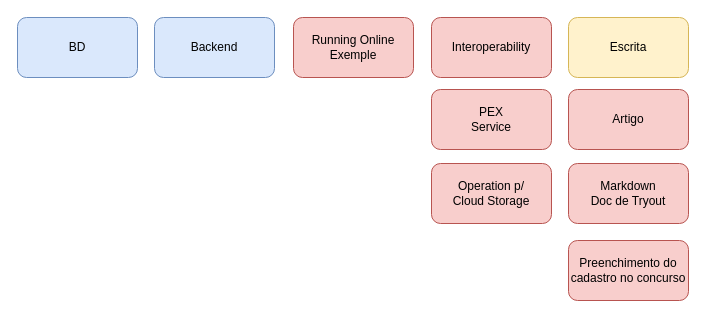
Above: page "Plano" (5 of 5) of docs/release-manager.drawio in release-manager-2023/concurso-intersystems-2023 (draw.io), before the change. Source tidied: cells renumbered, new cells numbered last; positions are measured from the earlier drawing's top-left corner, leaving out a move shared by most shapes. Both pictures are drawn from the tidied source at 100%, with x=0, y=0 at pixel (17, 17).
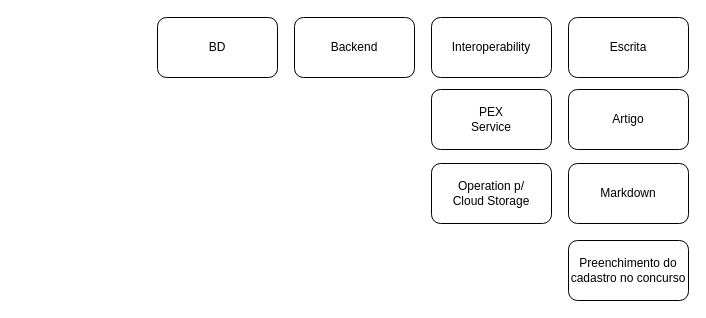
The same page after the edit.

Diff of the diagram source:
```diff
@@
 <mxGraphModel>
   <root>
     <mxCell id="0" />
     <mxCell id="1" parent="0" />
-    <mxCell id="2" value="Backend" style="rounded=1;whiteSpace=wrap;html=1;fillColor=#dae8fc;strokeColor=#6c8ebf;" parent="1" vertex="1">
-      <mxGeometry x="137" width="120" height="60" as="geometry" />
+    <mxCell id="2" value="Backend" style="rounded=1;whiteSpace=wrap;html=1;" parent="1" vertex="1">
+      <mxGeometry x="277" width="120" height="60" as="geometry" />
     </mxCell>
-    <mxCell id="3" value="BD" style="rounded=1;whiteSpace=wrap;html=1;fillColor=#dae8fc;strokeColor=#6c8ebf;" parent="1" vertex="1">
-      <mxGeometry width="120" height="60" as="geometry" />
+    <mxCell id="3" value="BD" style="rounded=1;whiteSpace=wrap;html=1;" parent="1" vertex="1">
+      <mxGeometry x="140" width="120" height="60" as="geometry" />
     </mxCell>
-    <mxCell id="4" value="Interoperability" style="rounded=1;whiteSpace=wrap;html=1;fillColor=#f8cecc;strokeColor=#b85450;" parent="1" vertex="1">
+    <mxCell id="4" value="Interoperability" style="rounded=1;whiteSpace=wrap;html=1;" parent="1" vertex="1">
       <mxGeometry x="414" width="120" height="60" as="geometry" />
     </mxCell>
-    <mxCell id="5" value="Escrita" style="rounded=1;whiteSpace=wrap;html=1;fillColor=#fff2cc;strokeColor=#d6b656;" parent="1" vertex="1">
+    <mxCell id="5" value="Escrita" style="rounded=1;whiteSpace=wrap;html=1;" parent="1" vertex="1">
       <mxGeometry x="551" width="120" height="60" as="geometry" />
     </mxCell>
-    <mxCell id="6" value="PEX&lt;br&gt;Service" style="rounded=1;whiteSpace=wrap;html=1;fillColor=#f8cecc;strokeColor=#b85450;" parent="1" vertex="1">
+    <mxCell id="6" value="PEX&lt;br&gt;Service" style="rounded=1;whiteSpace=wrap;html=1;" parent="1" vertex="1">
       <mxGeometry x="414" y="72" width="120" height="60" as="geometry" />
     </mxCell>
-    <mxCell id="7" value="Operation p/&lt;br&gt;Cloud Storage" style="rounded=1;whiteSpace=wrap;html=1;fillColor=#f8cecc;strokeColor=#b85450;" parent="1" vertex="1">
+    <mxCell id="7" value="Operation p/&lt;br&gt;Cloud Storage" style="rounded=1;whiteSpace=wrap;html=1;" parent="1" vertex="1">
       <mxGeometry x="414" y="146" width="120" height="60" as="geometry" />
     </mxCell>
-    <mxCell id="8" value="Artigo" style="rounded=1;whiteSpace=wrap;html=1;fillColor=#f8cecc;strokeColor=#b85450;" parent="1" vertex="1">
+    <mxCell id="8" value="Artigo" style="rounded=1;whiteSpace=wrap;html=1;" parent="1" vertex="1">
       <mxGeometry x="551" y="72" width="120" height="60" as="geometry" />
     </mxCell>
-    <mxCell id="9" value="Markdown&lt;br&gt;Doc de Tryout" style="rounded=1;whiteSpace=wrap;html=1;fillColor=#f8cecc;strokeColor=#b85450;" parent="1" vertex="1">
+    <mxCell id="9" value="Markdown" style="rounded=1;whiteSpace=wrap;html=1;" parent="1" vertex="1">
       <mxGeometry x="551" y="146" width="120" height="60" as="geometry" />
     </mxCell>
-    <mxCell id="10" value="Preenchimento do cadastro no concurso" style="rounded=1;whiteSpace=wrap;html=1;fillColor=#f8cecc;strokeColor=#b85450;" parent="1" vertex="1">
+    <mxCell id="10" value="Preenchimento do cadastro no concurso" style="rounded=1;whiteSpace=wrap;html=1;" parent="1" vertex="1">
       <mxGeometry x="551" y="223" width="120" height="60" as="geometry" />
     </mxCell>
-    <mxCell id="11" value="Running Online&lt;br&gt;Exemple" style="rounded=1;whiteSpace=wrap;html=1;fillColor=#f8cecc;strokeColor=#b85450;" parent="1" vertex="1">
-      <mxGeometry x="276" width="120" height="60" as="geometry" />
-    </mxCell>
   </root>
 </mxGraphModel>
```
